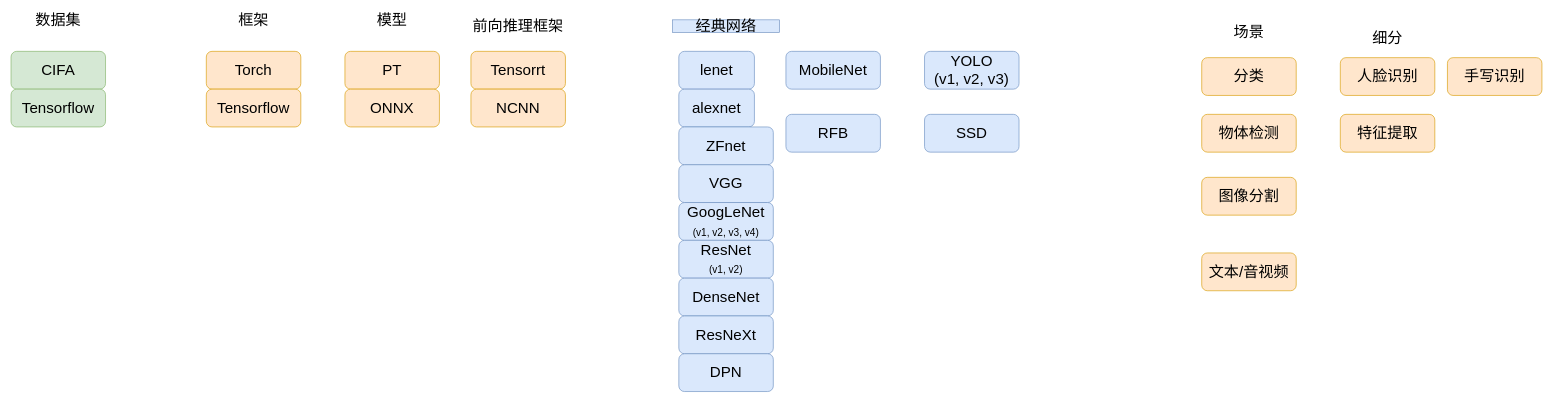
Before: page "Page-3" (3 of 4) of assets/drawio/Untitled Diagram.drawio in atanx/atanx.github.io, a draw.io diagram. Source tidied: cells renumbered, new cells numbered last; positions are measured from the earlier drawing's top-left corner, leaving out a move shared by most shapes. Both pictures are drawn from the tidied source at 63%, with x=0, y=0 at pixel (11, 13).
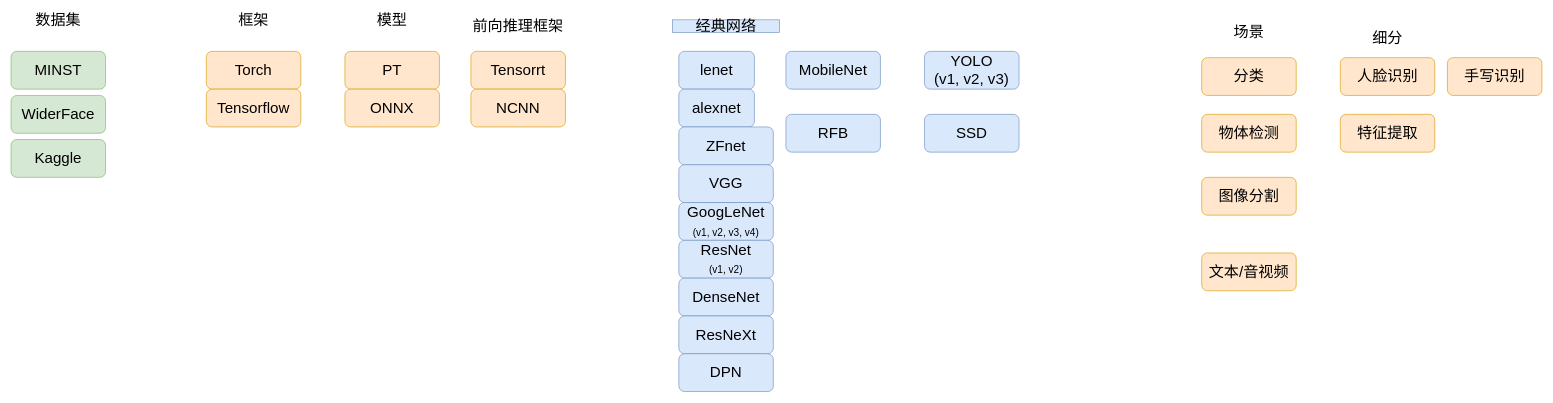
After the change.

Change to the diagram source:
```diff
@@
-    <mxCell id="34" value="CIFA" style="rounded=1;whiteSpace=wrap;html=1;fillColor=#d5e8d4;strokeColor=#82b366;fontSize=24;" parent="1" vertex="1">
+    <mxCell id="34" value="MINST" style="rounded=1;whiteSpace=wrap;html=1;fillColor=#d5e8d4;strokeColor=#82b366;fontSize=24;" parent="1" vertex="1">
       <mxGeometry y="60" width="150" height="60" as="geometry" />
     </mxCell>
-    <mxCell id="35" value="Tensorflow" style="rounded=1;whiteSpace=wrap;html=1;fillColor=#d5e8d4;strokeColor=#82b366;fontSize=24;" parent="1" vertex="1">
-      <mxGeometry y="120" width="150" height="60" as="geometry" />
+    <mxCell id="35" value="Kaggle" style="rounded=1;whiteSpace=wrap;html=1;fillColor=#d5e8d4;strokeColor=#82b366;fontSize=24;" parent="1" vertex="1">
+      <mxGeometry y="200" width="150" height="60" as="geometry" />
     </mxCell>
@@
+    <mxCell id="37" value="WiderFace" style="rounded=1;whiteSpace=wrap;html=1;fillColor=#d5e8d4;strokeColor=#82b366;fontSize=24;" parent="1" vertex="1">
+      <mxGeometry y="130" width="150" height="60" as="geometry" />
+    </mxCell>
```
